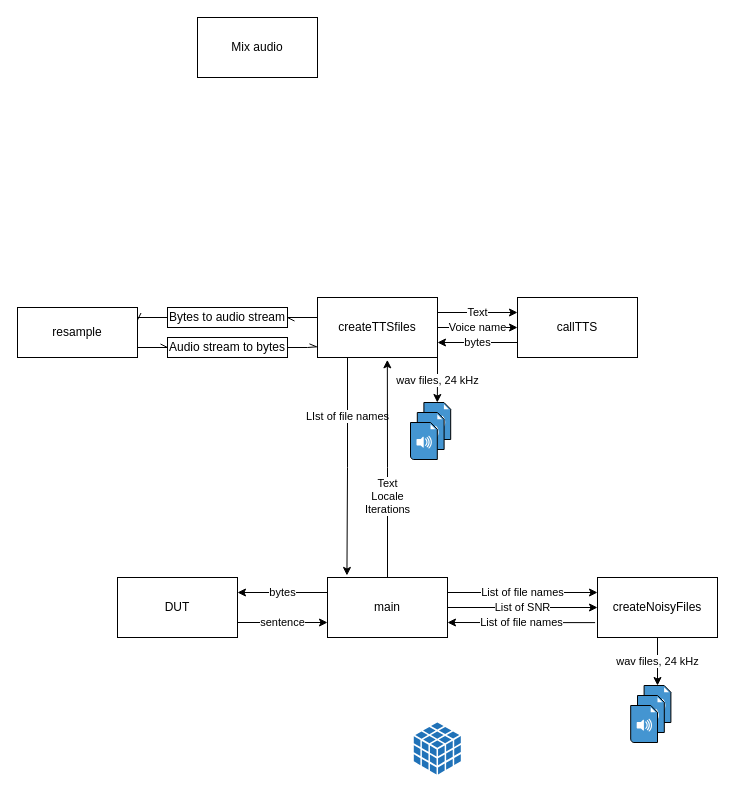
Before: validation software diagram.drawio in giuseppe-r2m/NLPValidator, a draw.io diagram. Source tidied: cells renumbered, new cells numbered last; positions are measured from the earlier drawing's top-left corner, leaving out a move shared by most shapes. Both pictures are drawn from the tidied source at 100%, with x=0, y=0 at pixel (17, 17).
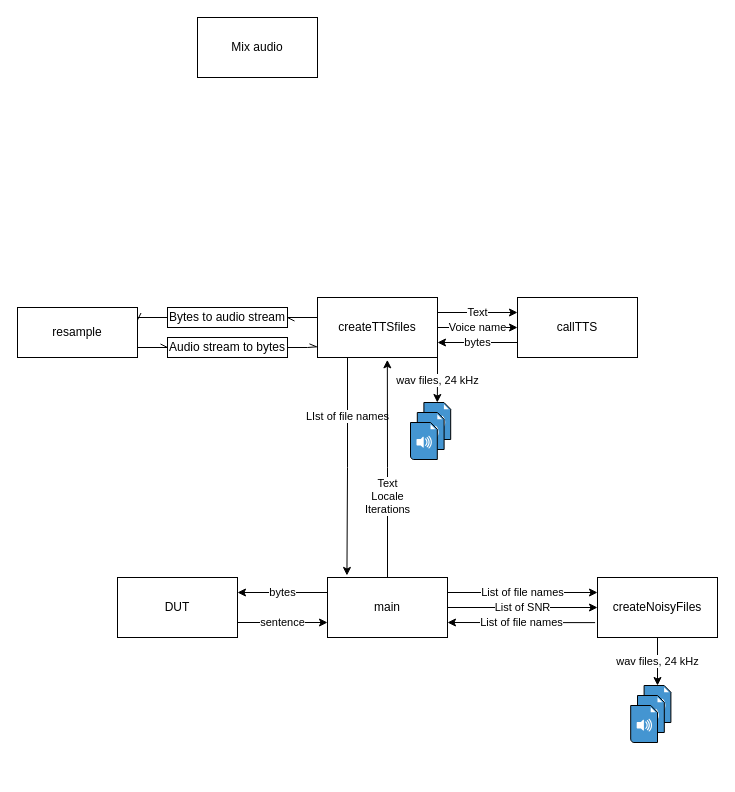
The same page after the edit.

Commit message (it also covers changes not shown here):
[UPD] README.md now lists the libraries to install

Change to the diagram source:
```diff
@@
-    <mxCell id="33" style="sketch=0;shadow=0;dashed=0;html=1;strokeColor=none;labelPosition=center;verticalLabelPosition=bottom;verticalAlign=top;align=center;shape=mxgraph.office.databases.database_cube;fillColor=#2072B8;" parent="1" vertex="1">
-      <mxGeometry x="396.3" y="705" width="47" height="52" as="geometry" />
-    </mxCell>
```
